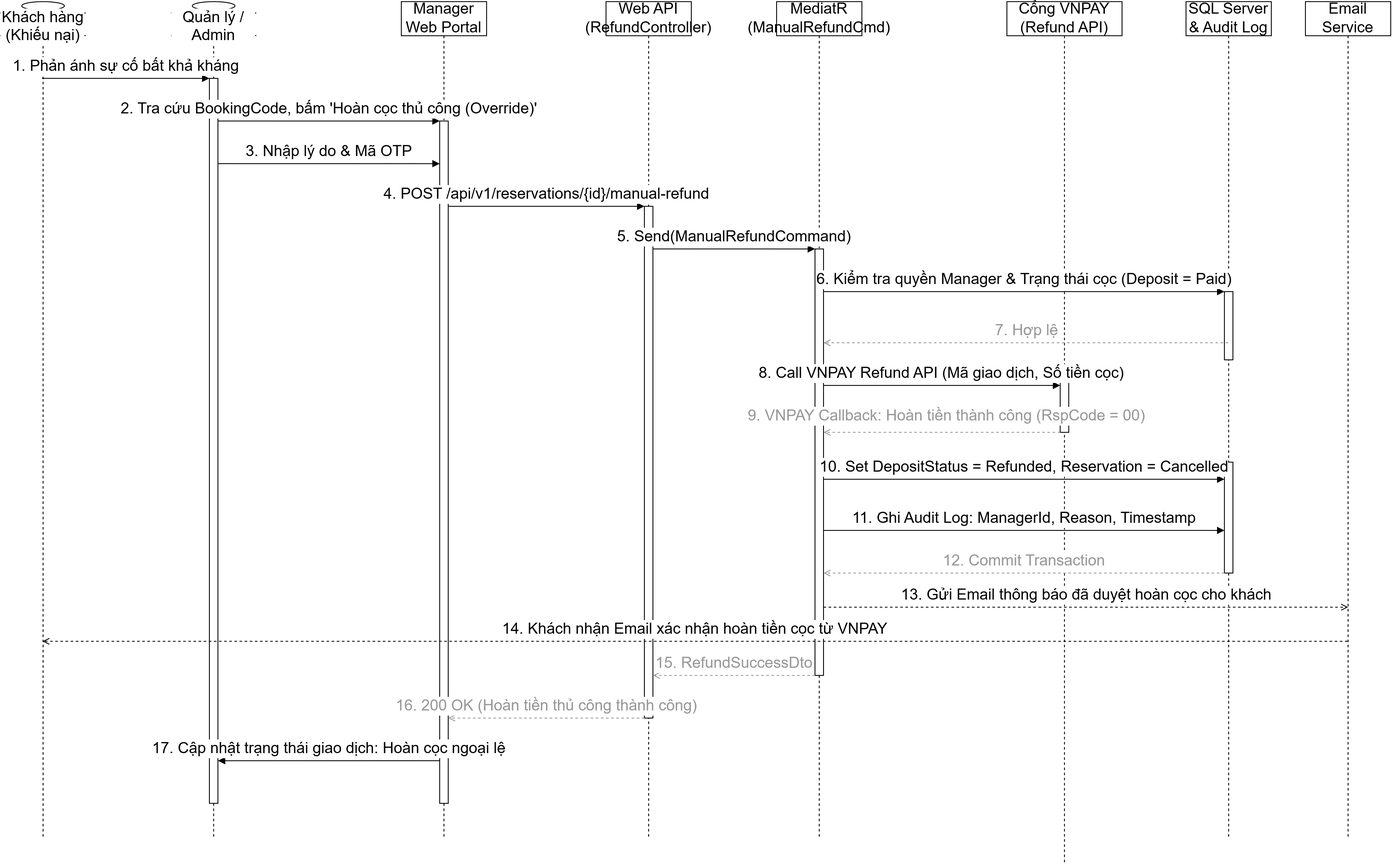
AndrewQng/VinDining keeps this draw.io diagram as docs/phase1/drawio/sd09_manual_refund.drawio.png. Above is the earlier version. Source tidied: cells renumbered, new cells last; positions are measured from the earlier drawing's top-left corner, leaving out a move shared by most shapes.
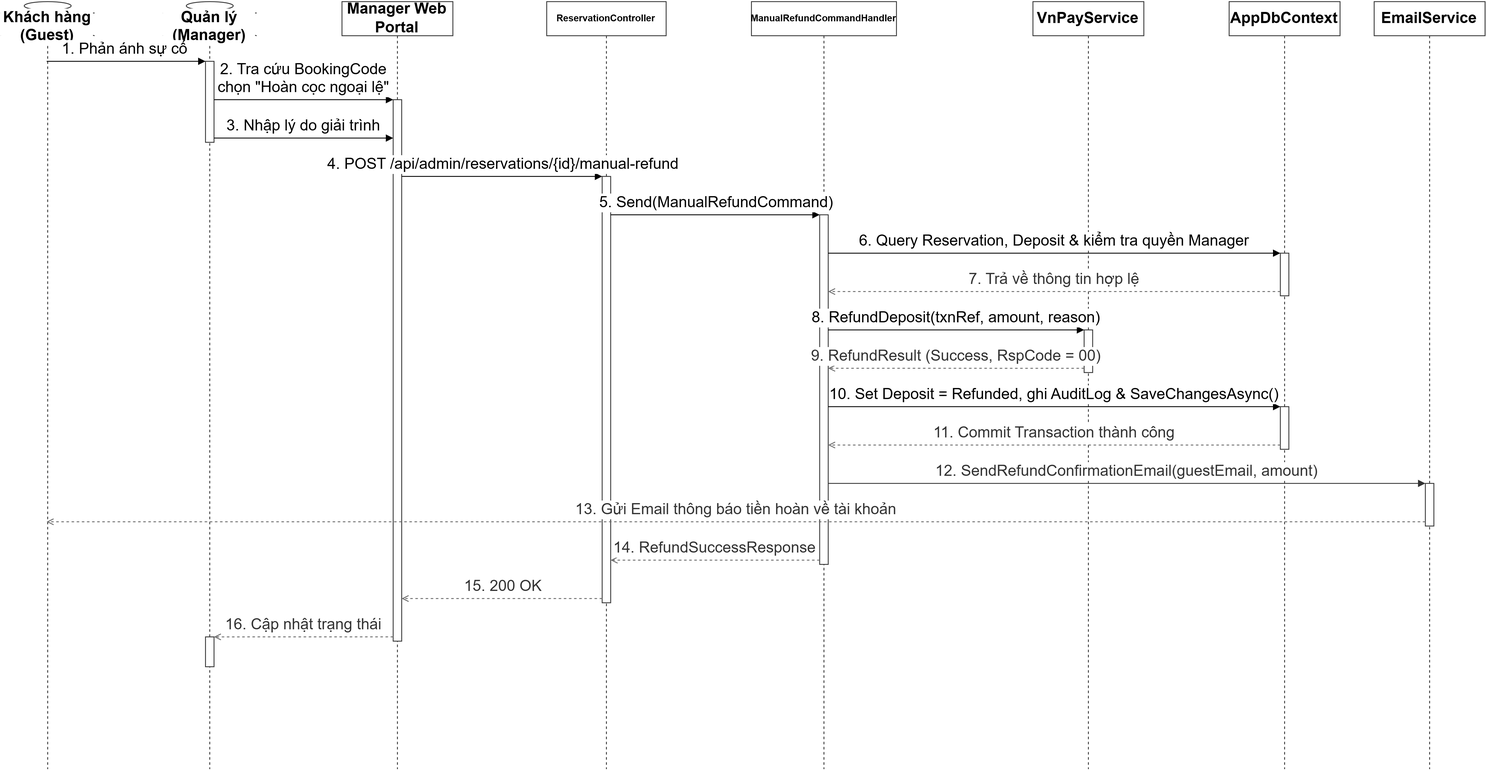
After the commit.

What changed in the source:
```diff
@@ -2,117 +2,104 @@
   <root>
     <mxCell id="0" />
     <mxCell id="1" parent="0" />
-    <mxCell id="2" value="Khách hàng (Khiếu nại)" style="shape=umlLifeline;perimeter=lifelinePerimeter;whiteSpace=wrap;html=1;outlineConnect=0;portConstraint=eastwest;size=40;participant=umlActor;verticalAlign=bottom;spacingBottom=-14;labelBackgroundColor=#ffffff;fontSize=18;" parent="1" vertex="1">
-      <mxGeometry width="100" height="980" as="geometry" />
+    <mxCell id="2" value="Khách hàng (Guest)" style="shape=umlLifeline;perimeter=lifelinePerimeter;whiteSpace=wrap;html=1;outlineConnect=0;portConstraint=eastwest;size=40;participant=umlActor;verticalAlign=bottom;spacingBottom=-14;labelBackgroundColor=#ffffff;fontSize=18;fontStyle=1;strokeColor=#333333;" parent="1" vertex="1">
+      <mxGeometry x="10" width="110" height="900" as="geometry" />
     </mxCell>
-    <mxCell id="3" value="Quản lý / Admin" style="shape=umlLifeline;perimeter=lifelinePerimeter;whiteSpace=wrap;html=1;size=40;participant=umlActor;verticalAlign=bottom;spacingBottom=-14;labelBackgroundColor=#ffffff;fontSize=18;" parent="1" vertex="1">
-      <mxGeometry x="200" width="100" height="980" as="geometry" />
+    <mxCell id="3" value="Quản lý (Manager)" style="shape=umlLifeline;perimeter=lifelinePerimeter;whiteSpace=wrap;html=1;size=40;participant=umlActor;verticalAlign=bottom;spacingBottom=-14;labelBackgroundColor=#ffffff;fontSize=18;fontStyle=1;strokeColor=#333333;" parent="1" vertex="1">
+      <mxGeometry x="200" width="110" height="900" as="geometry" />
     </mxCell>
-    <mxCell id="4" style="html=1;points=[];perimeter=orthogonalPerimeter;outlineConnect=0;fillColor=#ffffff;fontSize=18;" parent="3" vertex="1">
-      <mxGeometry x="45" y="90" width="10" height="850" as="geometry" />
-    </mxCell>
+    <mxCell id="34" style="html=1;points=[];perimeter=orthogonalPerimeter;outlineConnect=0;fillColor=#ffffff;strokeColor=#333333;fontSize=18;" parent="3" vertex="1">
+      <mxGeometry x="50" y="70" width="10" height="95" as="geometry" />
+    </mxCell>
+    <mxCell id="35" style="html=1;points=[];perimeter=orthogonalPerimeter;outlineConnect=0;fillColor=#ffffff;strokeColor=#333333;fontSize=18;" parent="3" vertex="1">
+      <mxGeometry x="50" y="745" width="10" height="35" as="geometry" />
+    </mxCell>
-    <mxCell id="5" value="Manager Web Portal" style="shape=umlLifeline;perimeter=lifelinePerimeter;whiteSpace=wrap;html=1;size=40;fontSize=18;" parent="1" vertex="1">
-      <mxGeometry x="470" width="100" height="980" as="geometry" />
+    <mxCell id="5" value="Manager Web Portal" style="shape=umlLifeline;perimeter=lifelinePerimeter;whiteSpace=wrap;html=1;size=40;fontSize=18;fontStyle=1;fillColor=#ffffff;strokeColor=#333333;" parent="1" vertex="1">
+      <mxGeometry x="410" width="130" height="900" as="geometry" />
     </mxCell>
-    <mxCell id="6" style="html=1;points=[];perimeter=orthogonalPerimeter;outlineConnect=0;fillColor=#ffffff;fontSize=18;" parent="5" vertex="1">
-      <mxGeometry x="45" y="140" width="10" height="800" as="geometry" />
-    </mxCell>
-    <mxCell id="7" value="Web API (RefundController)" style="shape=umlLifeline;perimeter=lifelinePerimeter;whiteSpace=wrap;html=1;size=40;fontSize=18;" parent="1" vertex="1">
-      <mxGeometry x="710" width="100" height="980" as="geometry" />
-    </mxCell>
-    <mxCell id="8" style="html=1;points=[];perimeter=orthogonalPerimeter;outlineConnect=0;fillColor=#ffffff;fontSize=18;" parent="7" vertex="1">
-      <mxGeometry x="45" y="240" width="10" height="600" as="geometry" />
-    </mxCell>
-    <mxCell id="9" value="MediatR (ManualRefundCmd)" style="shape=umlLifeline;perimeter=lifelinePerimeter;whiteSpace=wrap;html=1;size=40;fontSize=18;" parent="1" vertex="1">
-      <mxGeometry x="910" width="100" height="980" as="geometry" />
-    </mxCell>
-    <mxCell id="10" style="html=1;points=[];perimeter=orthogonalPerimeter;outlineConnect=0;fillColor=#ffffff;fontSize=18;" parent="9" vertex="1">
-      <mxGeometry x="45" y="290" width="10" height="500" as="geometry" />
-    </mxCell>
-    <mxCell id="11" value="Cổng VNPAY (Refund API)" style="shape=umlLifeline;perimeter=lifelinePerimeter;whiteSpace=wrap;html=1;size=40;fontSize=18;" parent="1" vertex="1">
-      <mxGeometry x="1180" width="135" height="1010" as="geometry" />
-    </mxCell>
-    <mxCell id="12" style="html=1;points=[];perimeter=orthogonalPerimeter;outlineConnect=0;fillColor=#ffffff;fontSize=18;" parent="11" vertex="1">
-      <mxGeometry x="62.5" y="440" width="10" height="65" as="geometry" />
-    </mxCell>
+    <mxCell id="36" style="html=1;points=[];perimeter=orthogonalPerimeter;outlineConnect=0;fillColor=#ffffff;strokeColor=#333333;fontSize=18;" parent="5" vertex="1">
+      <mxGeometry x="60" y="115" width="10" height="635" as="geometry" />
+    </mxCell>
+    <mxCell id="37" value="ReservationController" style="shape=umlLifeline;perimeter=lifelinePerimeter;whiteSpace=wrap;html=1;size=40;fontSize=11;fontStyle=1;fillColor=#ffffff;strokeColor=#333333;" parent="1" vertex="1">
+      <mxGeometry x="650" width="140" height="900" as="geometry" />
+    </mxCell>
+    <mxCell id="38" style="html=1;points=[];perimeter=orthogonalPerimeter;outlineConnect=0;fillColor=#ffffff;strokeColor=#333333;fontSize=18;" parent="37" vertex="1">
+      <mxGeometry x="65" y="205" width="10" height="500" as="geometry" />
+    </mxCell>
+    <mxCell id="39" value="ManualRefundCommandHandler" style="shape=umlLifeline;perimeter=lifelinePerimeter;whiteSpace=wrap;html=1;size=40;fontSize=11;fontStyle=1;fillColor=#ffffff;strokeColor=#333333;" parent="1" vertex="1">
+      <mxGeometry x="890" width="170" height="900" as="geometry" />
+    </mxCell>
+    <mxCell id="40" style="html=1;points=[];perimeter=orthogonalPerimeter;outlineConnect=0;fillColor=#ffffff;strokeColor=#333333;fontSize=18;" parent="39" vertex="1">
+      <mxGeometry x="80" y="250" width="10" height="410" as="geometry" />
+    </mxCell>
+    <mxCell id="41" value="VnPayService" style="shape=umlLifeline;perimeter=lifelinePerimeter;whiteSpace=wrap;html=1;size=40;fontSize=18;fontStyle=1;fillColor=#ffffff;strokeColor=#333333;" parent="1" vertex="1">
+      <mxGeometry x="1220" width="130" height="900" as="geometry" />
+    </mxCell>
+    <mxCell id="42" style="html=1;points=[];perimeter=orthogonalPerimeter;outlineConnect=0;fillColor=#ffffff;strokeColor=#333333;fontSize=18;" parent="41" vertex="1">
+      <mxGeometry x="60" y="385" width="10" height="50" as="geometry" />
+    </mxCell>
-    <mxCell id="13" value="SQL Server &amp;amp; Audit Log" style="shape=umlLifeline;perimeter=lifelinePerimeter;whiteSpace=wrap;html=1;outlineConnect=0;portConstraint=eastwest;size=40;fontSize=18;" parent="1" vertex="1">
-      <mxGeometry x="1390" width="100" height="980" as="geometry" />
+    <mxCell id="13" value="AppDbContext" style="shape=umlLifeline;perimeter=lifelinePerimeter;whiteSpace=wrap;html=1;outlineConnect=0;portConstraint=eastwest;size=40;fontSize=18;fontStyle=1;fillColor=#ffffff;strokeColor=#333333;" parent="1" vertex="1">
+      <mxGeometry x="1450" width="130" height="900" as="geometry" />
     </mxCell>
-    <mxCell id="14" style="html=1;points=[];perimeter=orthogonalPerimeter;outlineConnect=0;fillColor=#ffffff;fontSize=18;" parent="13" vertex="1">
-      <mxGeometry x="45" y="340" width="10" height="80" as="geometry" />
-    </mxCell>
-    <mxCell id="15" style="html=1;points=[];perimeter=orthogonalPerimeter;outlineConnect=0;fillColor=#ffffff;fontSize=18;" parent="13" vertex="1">
-      <mxGeometry x="45" y="540" width="10" height="130" as="geometry" />
-    </mxCell>
+    <mxCell id="43" style="html=1;points=[];perimeter=orthogonalPerimeter;outlineConnect=0;fillColor=#ffffff;strokeColor=#333333;fontSize=18;" parent="13" vertex="1">
+      <mxGeometry x="60" y="295" width="10" height="50" as="geometry" />
+    </mxCell>
+    <mxCell id="44" style="html=1;points=[];perimeter=orthogonalPerimeter;outlineConnect=0;fillColor=#ffffff;strokeColor=#333333;fontSize=18;" parent="13" vertex="1">
+      <mxGeometry x="60" y="475" width="10" height="50" as="geometry" />
+    </mxCell>
-    <mxCell id="16" value="Email Service" style="shape=umlLifeline;perimeter=lifelinePerimeter;whiteSpace=wrap;html=1;size=40;fontSize=18;" parent="1" vertex="1">
-      <mxGeometry x="1530" width="100" height="980" as="geometry" />
+    <mxCell id="16" value="EmailService" style="shape=umlLifeline;perimeter=lifelinePerimeter;whiteSpace=wrap;html=1;size=40;fontSize=18;fontStyle=1;fillColor=#ffffff;strokeColor=#333333;" parent="1" vertex="1">
+      <mxGeometry x="1620" width="130" height="900" as="geometry" />
     </mxCell>
+    <mxCell id="45" style="html=1;points=[];perimeter=orthogonalPerimeter;outlineConnect=0;fillColor=#ffffff;strokeColor=#333333;fontSize=18;" parent="16" vertex="1">
+      <mxGeometry x="60" y="565" width="10" height="50" as="geometry" />
+    </mxCell>
-    <mxCell id="17" value="1. Phản ánh sự cố bất khả kháng" style="html=1;verticalAlign=bottom;endArrow=block;curved=0;rounded=0;exitX=0.5;exitY=0.0918;entryX=0;entryY=0.0;fontSize=18;" parent="1" edge="1" source="2" target="4">
+    <mxCell id="17" value="1. Phản ánh sự cố&amp;nbsp;" style="html=1;verticalAlign=bottom;endArrow=block;curved=0;rounded=0;exitX=0.5;exitY=0.0778;entryX=0;entryY=0.0000;fontSize=18;" parent="1" edge="1" source="2" target="34">
       <mxGeometry relative="1" as="geometry" />
     </mxCell>
-    <mxCell id="18" value="2. Tra cứu BookingCode, bấm 'Hoàn cọc thủ công (Override)'" style="html=1;verticalAlign=bottom;endArrow=block;curved=0;rounded=0;exitX=1;exitY=0.0588;entryX=0;entryY=0.0;fontSize=18;" parent="1" edge="1" source="4" target="6">
+    <mxCell id="18" value="2. Tra cứu BookingCode&lt;div&gt;chọn &quot;Hoàn cọc ngoại lệ&quot;&lt;/div&gt;" style="html=1;verticalAlign=bottom;endArrow=block;curved=0;rounded=0;exitX=1;exitY=0.4737;entryX=0;entryY=0.0000;fontSize=18;" parent="1" edge="1" source="34" target="36">
       <mxGeometry relative="1" as="geometry" />
     </mxCell>
-    <mxCell id="19" value="3. Nhập lý do &amp;amp; Mã OTP" style="html=1;verticalAlign=bottom;endArrow=block;curved=0;rounded=0;exitX=1;exitY=0.1176;entryX=0;entryY=0.0625;fontSize=18;" parent="1" edge="1" source="4" target="6">
+    <mxCell id="19" value="3. Nhập lý do giải trình" style="html=1;verticalAlign=bottom;endArrow=block;curved=0;rounded=0;exitX=1;exitY=0.9474;entryX=0;entryY=0.0709;fontSize=18;" parent="1" edge="1" source="34" target="36">
       <mxGeometry relative="1" as="geometry" />
     </mxCell>
-    <mxCell id="20" value="4. POST /api/v1/reservations/{id}/manual-refund" style="html=1;verticalAlign=bottom;endArrow=block;curved=0;rounded=0;exitX=1;exitY=0.125;entryX=0;entryY=0.0;fontSize=18;" parent="1" edge="1" source="6" target="8">
+    <mxCell id="20" value="4. POST /api/admin/reservations/{id}/manual-refund" style="html=1;verticalAlign=bottom;endArrow=block;curved=0;rounded=0;exitX=1;exitY=0.1417;entryX=0;entryY=0.0000;fontSize=18;" parent="1" edge="1" source="36" target="38">
       <mxGeometry relative="1" as="geometry" />
     </mxCell>
-    <mxCell id="21" value="5. Send(ManualRefundCommand)" style="html=1;verticalAlign=bottom;endArrow=block;curved=0;rounded=0;exitX=1;exitY=0.0833;entryX=0;entryY=0.0;fontSize=18;" parent="1" edge="1" source="8" target="10">
+    <mxCell id="21" value="5. Send(ManualRefundCommand)" style="html=1;verticalAlign=bottom;endArrow=block;curved=0;rounded=0;exitX=1;exitY=0.0900;entryX=0;entryY=0.0000;fontSize=18;" parent="1" edge="1" source="38" target="40">
       <mxGeometry relative="1" as="geometry" />
     </mxCell>
-    <mxCell id="22" value="6. Kiểm tra quyền Manager &amp;amp; Trạng thái cọc (Deposit = Paid)" style="html=1;verticalAlign=bottom;endArrow=block;curved=0;rounded=0;exitX=1;exitY=0.1;entryX=0;entryY=0.0;fontSize=18;" parent="1" edge="1" source="10" target="14">
+    <mxCell id="22" value="6. Query Reservation, Deposit &amp;amp; kiểm tra quyền Manager" style="html=1;verticalAlign=bottom;endArrow=block;curved=0;rounded=0;exitX=1;exitY=0.1098;entryX=0;entryY=0.0000;fontSize=18;" parent="1" edge="1" source="40" target="43">
       <mxGeometry relative="1" as="geometry" />
     </mxCell>
-    <mxCell id="23" value="7. Hợp lệ" style="html=1;verticalAlign=bottom;endArrow=open;dashed=1;curved=0;rounded=0;strokeColor=#999999;fontColor=#999999;entryX=1;entryY=0.2;fontSize=18;" parent="1" edge="1" source="13">
-      <mxGeometry relative="1" as="geometry">
-        <mxPoint x="965" y="400" as="targetPoint" />
-      </mxGeometry>
+    <mxCell id="23" value="7. Trả về thông tin hợp lệ" style="html=1;verticalAlign=bottom;endArrow=open;dashed=1;curved=0;rounded=0;strokeColor=#666666;fontColor=#333333;exitX=0;exitY=0.9000;entryX=1;entryY=0.2195;fontSize=18;" parent="1" edge="1" source="43" target="40">
+      <mxGeometry relative="1" as="geometry" />
     </mxCell>
-    <mxCell id="24" value="8. Call VNPAY Refund API (Mã giao dịch, Số tiền cọc)" style="html=1;verticalAlign=bottom;endArrow=block;curved=0;rounded=0;exitX=1;exitY=0.3;fontSize=18;" parent="1" edge="1" target="12">
-      <mxGeometry relative="1" as="geometry">
-        <mxPoint x="965" y="450" as="sourcePoint" />
-      </mxGeometry>
+    <mxCell id="24" value="8. RefundDeposit(txnRef, amount, reason)" style="html=1;verticalAlign=bottom;endArrow=block;curved=0;rounded=0;exitX=1;exitY=0.3293;entryX=0;entryY=0.0000;fontSize=18;" parent="1" edge="1" source="40" target="42">
+      <mxGeometry relative="1" as="geometry" />
     </mxCell>
-    <mxCell id="25" value="9. VNPAY Callback: Hoàn tiền thành công (RspCode = 00)" style="html=1;verticalAlign=bottom;endArrow=open;dashed=1;curved=0;rounded=0;strokeColor=#999999;fontColor=#999999;exitX=0;exitY=1.0;fontSize=18;" parent="1" edge="1" source="12" target="10">
-      <mxGeometry x="-0.04" y="-5" relative="1" as="geometry" />
+    <mxCell id="25" value="9. RefundResult (Success, RspCode = 00)" style="html=1;verticalAlign=bottom;endArrow=open;dashed=1;curved=0;rounded=0;strokeColor=#666666;fontColor=#333333;exitX=0;exitY=0.9000;entryX=1;entryY=0.4390;fontSize=18;" parent="1" edge="1" source="42" target="40">
+      <mxGeometry relative="1" as="geometry" />
     </mxCell>
-    <mxCell id="26" value="10. Set DepositStatus = Refunded, Reservation = Cancelled" style="html=1;verticalAlign=bottom;endArrow=block;curved=0;rounded=0;exitX=1;exitY=0.5;entryX=0;entryY=0.0;fontSize=18;" parent="1" edge="1">
-      <mxGeometry relative="1" as="geometry">
-        <mxPoint x="965" y="560" as="sourcePoint" />
-        <mxPoint x="1435" y="560" as="targetPoint" />
-      </mxGeometry>
+    <mxCell id="26" value="10. Set Deposit = Refunded, ghi AuditLog &amp;amp; SaveChangesAsync()" style="html=1;verticalAlign=bottom;endArrow=block;curved=0;rounded=0;exitX=1;exitY=0.5488;entryX=0;entryY=0.0000;fontSize=18;" parent="1" edge="1" source="40" target="44">
+      <mxGeometry relative="1" as="geometry" />
     </mxCell>
-    <mxCell id="27" value="11. Ghi Audit Log: ManagerId, Reason, Timestamp" style="html=1;verticalAlign=bottom;endArrow=block;curved=0;rounded=0;exitX=1;exitY=0.6;entryX=0;entryY=0.5;fontSize=18;" parent="1" edge="1">
-      <mxGeometry relative="1" as="geometry">
-        <mxPoint x="965" y="620" as="sourcePoint" />
-        <mxPoint x="1435" y="620" as="targetPoint" />
-      </mxGeometry>
+    <mxCell id="27" value="11. Commit Transaction thành công" style="html=1;verticalAlign=bottom;endArrow=open;dashed=1;curved=0;rounded=0;strokeColor=#666666;fontColor=#333333;exitX=0;exitY=0.9000;entryX=1;entryY=0.6585;fontSize=18;" parent="1" edge="1" source="44" target="40">
+      <mxGeometry relative="1" as="geometry" />
     </mxCell>
-    <mxCell id="28" value="12. Commit Transaction" style="html=1;verticalAlign=bottom;endArrow=open;dashed=1;curved=0;rounded=0;strokeColor=#999999;fontColor=#999999;exitX=0;exitY=1.0;fontSize=18;" parent="1" edge="1" source="15" target="10">
+    <mxCell id="28" value="12. SendRefundConfirmationEmail(guestEmail, amount)" style="html=1;verticalAlign=bottom;endArrow=block;curved=0;rounded=0;strokeColor=#333333;fontColor=#333333;exitX=1;exitY=0.7683;entryX=0;entryY=0.0000;fontSize=18;" parent="1" edge="1" source="40" target="45">
       <mxGeometry relative="1" as="geometry" />
     </mxCell>
-    <mxCell id="29" value="13. Gửi Email thông báo đã duyệt hoàn cọc cho khách" style="html=1;verticalAlign=bottom;endArrow=open;dashed=1;curved=0;rounded=0;exitX=1;exitY=0.8;entryX=0.5;entryY=0.7041;fontSize=18;" parent="1" edge="1">
-      <mxGeometry relative="1" as="geometry">
-        <mxPoint x="965" y="710" as="sourcePoint" />
-        <mxPoint x="1580" y="710" as="targetPoint" />
-      </mxGeometry>
+    <mxCell id="29" value="13. Gửi Email thông báo tiền hoàn về tài khoản" style="html=1;verticalAlign=bottom;endArrow=open;dashed=1;curved=0;rounded=0;strokeColor=#666666;fontColor=#333333;exitX=0;exitY=0.9000;entryX=0.5;entryY=0.6778;fontSize=18;" parent="1" edge="1" source="45" target="2">
+      <mxGeometry relative="1" as="geometry" />
     </mxCell>
-    <mxCell id="30" value="14. Khách nhận Email xác nhận hoàn tiền cọc từ VNPAY" style="html=1;verticalAlign=bottom;endArrow=open;dashed=1;curved=0;rounded=0;exitX=0.5;exitY=0.7551;entryX=0.5;entryY=0.7551;fontSize=18;" parent="1" edge="1">
-      <mxGeometry relative="1" as="geometry">
-        <mxPoint x="1579.3" y="750" as="sourcePoint" />
-        <mxPoint x="49.3" y="750" as="targetPoint" />
-      </mxGeometry>
+    <mxCell id="30" value="14. RefundSuccessResponse" style="html=1;verticalAlign=bottom;endArrow=open;dashed=1;curved=0;rounded=0;strokeColor=#666666;fontColor=#333333;exitX=0;exitY=0.9878;entryX=1;entryY=0.9000;fontSize=18;" parent="1" edge="1" source="40" target="38">
+      <mxGeometry relative="1" as="geometry" />
     </mxCell>
-    <mxCell id="31" value="15. RefundSuccessDto" style="html=1;verticalAlign=bottom;endArrow=open;dashed=1;curved=0;rounded=0;strokeColor=#999999;fontColor=#999999;exitX=0;exitY=1.0;entryX=1;entryY=0.9167;fontSize=18;" parent="1" edge="1" source="10" target="8">
+    <mxCell id="31" value="15. 200 OK" style="html=1;verticalAlign=bottom;endArrow=open;dashed=1;curved=0;rounded=0;strokeColor=#666666;fontColor=#333333;exitX=0;exitY=0.9900;entryX=1;entryY=0.9213;fontSize=18;" parent="1" edge="1" source="38" target="36">
       <mxGeometry relative="1" as="geometry" />
     </mxCell>
-    <mxCell id="32" value="16. 200 OK (Hoàn tiền thủ công thành công)" style="html=1;verticalAlign=bottom;endArrow=open;dashed=1;curved=0;rounded=0;strokeColor=#999999;fontColor=#999999;exitX=0;exitY=1.0;entryX=1;entryY=0.875;fontSize=18;" parent="1" edge="1" source="8" target="6">
+    <mxCell id="32" value="16. Cập nhật trạng thái" style="html=1;verticalAlign=bottom;endArrow=open;dashed=1;curved=0;rounded=0;strokeColor=#666666;fontColor=#333333;exitX=0;exitY=0.9921;entryX=1;entryY=0.0000;fontSize=18;" parent="1" edge="1" source="36" target="35">
       <mxGeometry relative="1" as="geometry" />
     </mxCell>
-    <mxCell id="33" value="17. Cập nhật trạng thái giao dịch: Hoàn cọc ngoại lệ" style="html=1;verticalAlign=bottom;endArrow=block;curved=0;rounded=0;exitX=0;exitY=0.9375;entryX=1;entryY=0.9412;fontSize=18;" parent="1" edge="1" source="6" target="4">
-      <mxGeometry relative="1" as="geometry" />
-    </mxCell>
   </root>
 </mxGraphModel>
```
